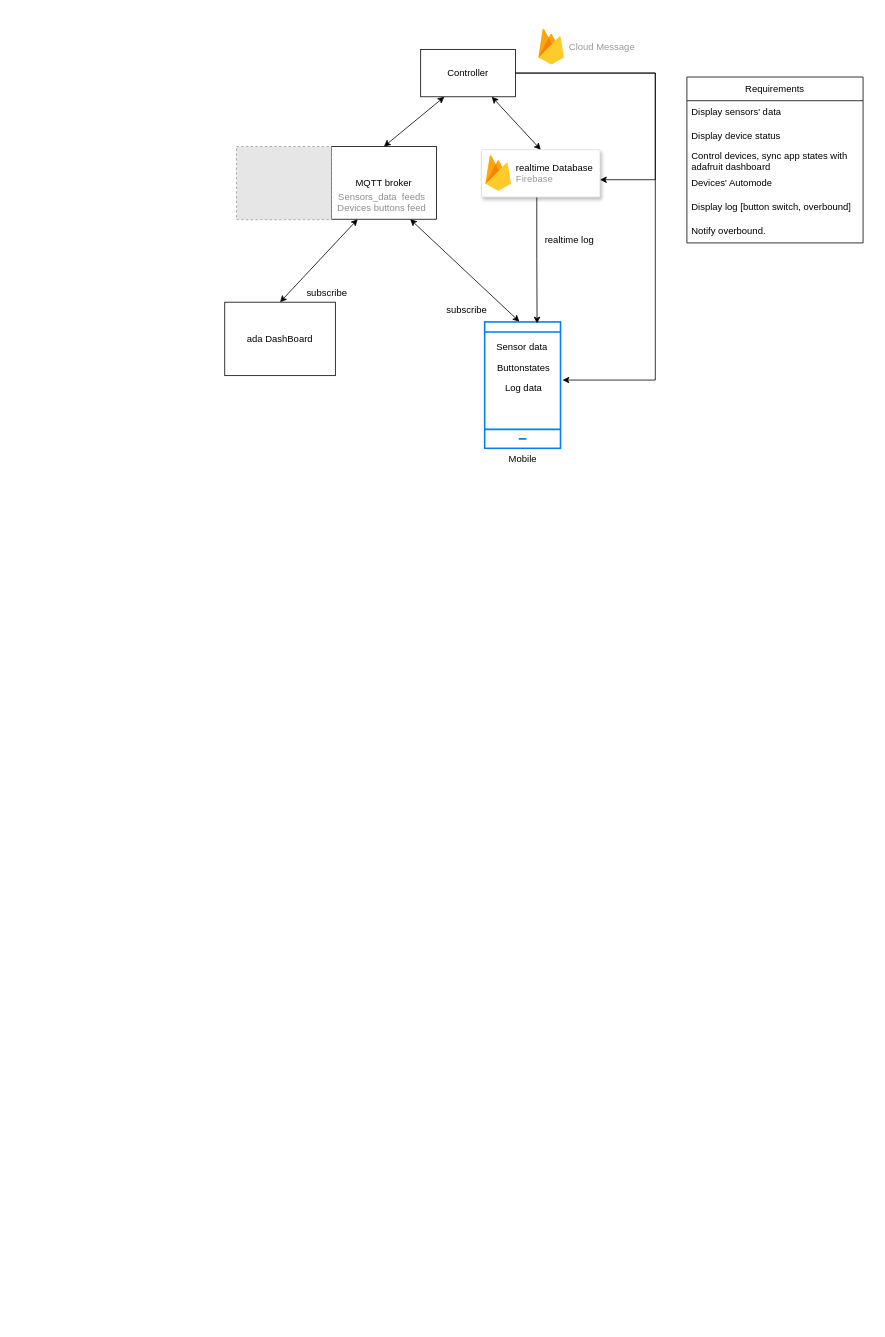
tonible14012002/SmartFarm keeps this draw.io diagram as Untitled Diagram.drawio. Above is the earlier version. Source tidied: cells renumbered, new cells numbered last; positions are measured from the earlier drawing's top-left corner, leaving out a move shared by most shapes. Both pictures are drawn from the tidied source at 79%, with x=0, y=0 at pixel (224, 28). Pictures stored in the file or linked from it are replaced by grey dashed boxes.
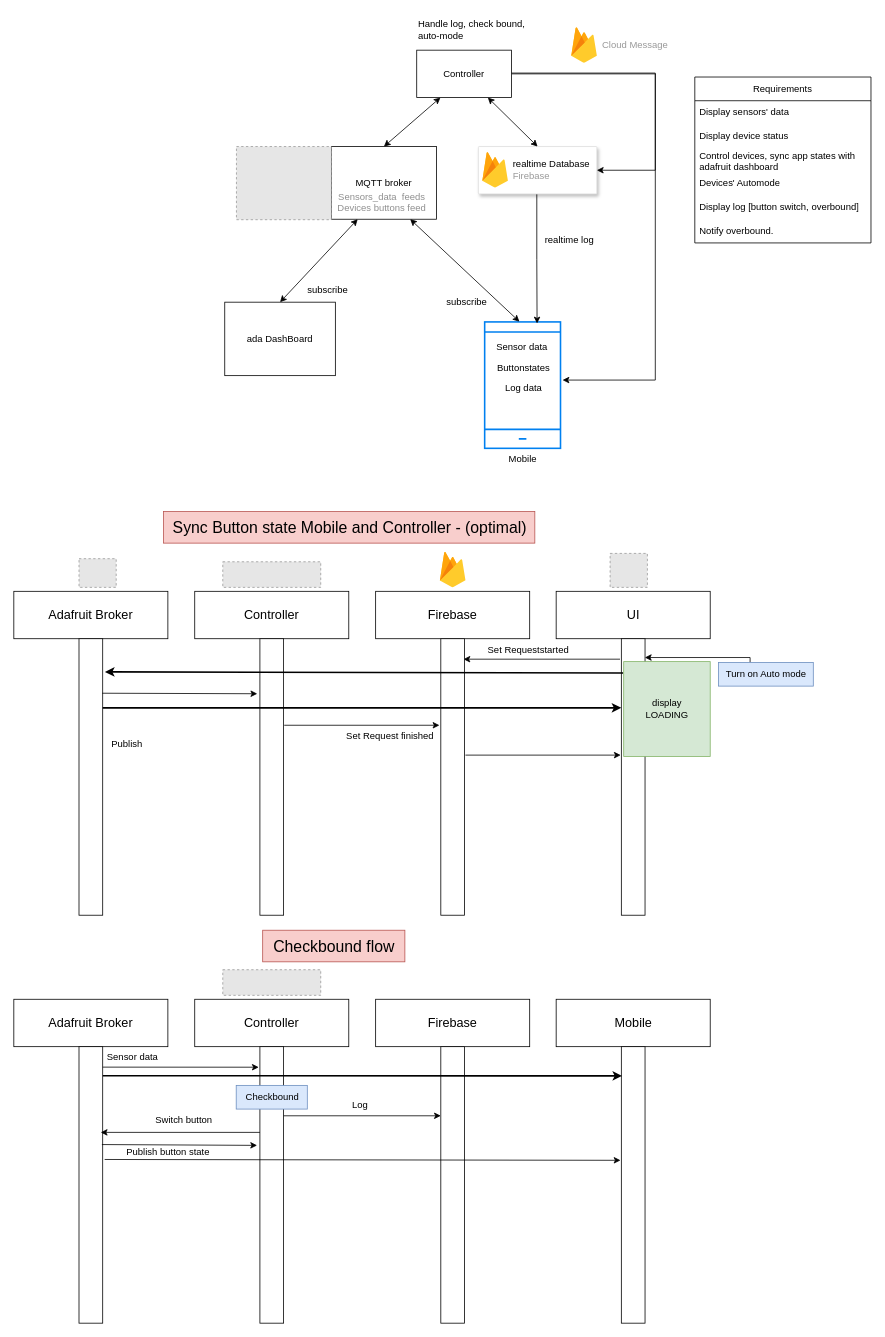
The same diagram, later.

Commit message:
add sync button flow

The edit, as a diff of the source:
```diff
@@
     <mxCell id="8" value="subscribe" style="text;html=1;align=center;verticalAlign=middle;strokeColor=none;fillColor=none;" parent="1" vertex="1">
-      <mxGeometry x="94" y="320" width="70" height="30" as="geometry" />
+      <mxGeometry x="95" y="316" width="70" height="30" as="geometry" />
     </mxCell>
@@
     <mxCell id="11" style="strokeColor=#dddddd;shadow=1;strokeWidth=1;rounded=1;absoluteArcSize=1;arcSize=2;" parent="1" vertex="1">
-      <mxGeometry x="325" y="153" width="150" height="60" as="geometry" />
+      <mxGeometry x="321" y="149" width="150" height="60" as="geometry" />
     </mxCell>
@@
     <mxCell id="13" value="Requirements" style="swimlane;fontStyle=0;horizontal=1;startSize=30;whiteSpace=wrap;html=1;" parent="1" vertex="1">
-      <mxGeometry x="585" y="61" width="223" height="210" as="geometry" />
+      <mxGeometry x="595" y="61" width="223" height="210" as="geometry" />
     </mxCell>
@@
+    <mxCell id="32" style="edgeStyle=orthogonalEdgeStyle;rounded=0;jettySize=auto;html=1;exitX=1;exitY=0.5;exitDx=0;exitDy=0;entryX=1;entryY=0.5;entryDx=0;entryDy=0;" parent="1" edge="1" source="23" target="11">
+      <mxGeometry relative="1" as="geometry">
+        <Array as="points">
+          <mxPoint x="545" y="57" />
+          <mxPoint x="545" y="179" />
+        </Array>
+      </mxGeometry>
+    </mxCell>
     <mxCell id="23" value="Controller " style="whiteSpace=wrap;html=1;" parent="1" vertex="1">
-      <mxGeometry x="248" y="26" width="120" height="60" as="geometry" />
+      <mxGeometry x="243" y="27" width="120" height="60" as="geometry" />
     </mxCell>
@@
     <mxCell id="26" value="Cloud Message" style="sketch=0;dashed=0;html=1;fillColor=#5184F3;strokeColor=none;shape=mxgraph.gcp2.firebase;labelPosition=right;verticalLabelPosition=middle;align=left;verticalAlign=middle;spacingLeft=5;fontColor=#999999;fontSize=12;" parent="1" vertex="1">
-      <mxGeometry x="397" width="32.4" height="45" as="geometry" />
+      <mxGeometry x="438.6" y="-2" width="32.4" height="45" as="geometry" />
     </mxCell>
@@
     <mxCell id="30" value="subscribe" style="text;html=1;align=center;verticalAlign=middle;strokeColor=none;fillColor=none;" parent="1" vertex="1">
-      <mxGeometry x="271" y="341" width="70" height="30" as="geometry" />
+      <mxGeometry x="271" y="331" width="70" height="30" as="geometry" />
     </mxCell>
-    <mxCell id="31" style="edgeStyle=orthogonalEdgeStyle;rounded=0;jettySize=auto;html=1;exitX=1;exitY=0.5;exitDx=0;exitDy=0;" parent="1" edge="1" source="23">
-      <mxGeometry relative="1" as="geometry">
-        <mxPoint x="475" y="191" as="targetPoint" />
-        <Array as="points">
-          <mxPoint x="545" y="56" />
-          <mxPoint x="545" y="191" />
-          <mxPoint x="475" y="191" />
-        </Array>
-      </mxGeometry>
-    </mxCell>
+    <mxCell id="33" style="fillColor=#E6E6E6;strokeColor=#999999;dashed=1;verticalLabelPosition=bottom;labelBackgroundColor=default;verticalAlign=top;" parent="1" vertex="1">
+      <mxGeometry x="-2.5" y="674.6" width="124" height="32.4" as="geometry" />
+    </mxCell>
+    <mxCell id="34" value="&lt;font style=&quot;font-size: 16px;&quot;&gt;Controller&lt;/font&gt;" style="rounded=0;whiteSpace=wrap;html=1;" parent="1" vertex="1">
+      <mxGeometry x="-38" y="712" width="195" height="60" as="geometry" />
+    </mxCell>
+    <mxCell id="35" value="&lt;font style=&quot;font-size: 16px;&quot;&gt;Adafruit Broker&lt;/font&gt;" style="rounded=0;whiteSpace=wrap;html=1;" parent="1" vertex="1">
+      <mxGeometry x="-267" y="712" width="195" height="60" as="geometry" />
+    </mxCell>
+    <mxCell id="36" value="&lt;font style=&quot;font-size: 16px;&quot;&gt;Firebase&lt;/font&gt;" style="rounded=0;whiteSpace=wrap;html=1;" parent="1" vertex="1">
+      <mxGeometry x="191" y="712" width="195" height="60" as="geometry" />
+    </mxCell>
+    <mxCell id="37" value="&lt;font style=&quot;font-size: 16px;&quot;&gt;UI&lt;/font&gt;" style="rounded=0;whiteSpace=wrap;html=1;" parent="1" vertex="1">
+      <mxGeometry x="419.5" y="712" width="195" height="60" as="geometry" />
+    </mxCell>
+    <mxCell id="38" style="rounded=0;whiteSpace=wrap;html=1;" parent="1" vertex="1">
+      <mxGeometry x="502" y="772" width="30" height="350" as="geometry" />
+    </mxCell>
+    <mxCell id="39" style="edgeStyle=orthogonalEdgeStyle;rounded=0;jettySize=auto;html=1;entryX=0.992;entryY=0.068;entryDx=0;entryDy=0;entryPerimeter=0;" parent="1" edge="1" source="40" target="38">
+      <mxGeometry relative="1" as="geometry">
+        <Array as="points">
+          <mxPoint x="665" y="796" />
+        </Array>
+      </mxGeometry>
+    </mxCell>
+    <mxCell id="40" value="Turn on Auto mode" style="text;html=1;align=center;verticalAlign=middle;points=[];strokeColor=#6c8ebf;fillColor=#dae8fc;" parent="1" vertex="1">
+      <mxGeometry x="625" y="802" width="120" height="30" as="geometry" />
+    </mxCell>
+    <mxCell id="41" style="rounded=0;whiteSpace=wrap;html=1;" parent="1" vertex="1">
+      <mxGeometry x="-184.5" y="772" width="30" height="350" as="geometry" />
+    </mxCell>
+    <mxCell id="42" style="endArrow=classic;html=1;rounded=0;entryX=-0.111;entryY=0.199;entryDx=0;entryDy=0;entryPerimeter=0;" parent="1" edge="1" target="61">
+      <mxGeometry relative="1" as="geometry">
+        <mxPoint x="-155" y="841" as="sourcePoint" />
+      </mxGeometry>
+    </mxCell>
+    <mxCell id="43" value="&lt;div align=&quot;left&quot;&gt;Handle log, check bound, &lt;br&gt;&lt;/div&gt;&lt;div align=&quot;left&quot;&gt;auto-mode&lt;/div&gt;" style="text;html=1;align=left;verticalAlign=middle;strokeColor=none;fillColor=none;" parent="1" vertex="1">
+      <mxGeometry x="243" y="-19" width="150" height="40" as="geometry" />
+    </mxCell>
+    <mxCell id="44" value="Publish" style="text;html=1;align=center;verticalAlign=middle;strokeColor=none;fillColor=none;" parent="1" vertex="1">
+      <mxGeometry x="-154.5" y="891" width="60" height="30" as="geometry" />
+    </mxCell>
+    <mxCell id="45" style="fillColor=#E6E6E6;strokeColor=#999999;dashed=1;verticalLabelPosition=bottom;labelBackgroundColor=default;verticalAlign=top;" parent="1" vertex="1">
+      <mxGeometry x="-2.5" y="1191" width="124" height="32.4" as="geometry" />
+    </mxCell>
+    <mxCell id="46" value="&lt;font style=&quot;font-size: 16px;&quot;&gt;Controller&lt;/font&gt;" style="rounded=0;whiteSpace=wrap;html=1;" parent="1" vertex="1">
+      <mxGeometry x="-38" y="1228.4" width="195" height="60" as="geometry" />
+    </mxCell>
+    <mxCell id="47" value="&lt;font style=&quot;font-size: 16px;&quot;&gt;Adafruit Broker&lt;/font&gt;" style="rounded=0;whiteSpace=wrap;html=1;" parent="1" vertex="1">
+      <mxGeometry x="-267" y="1228.4" width="195" height="60" as="geometry" />
+    </mxCell>
+    <mxCell id="48" value="&lt;font style=&quot;font-size: 16px;&quot;&gt;Firebase&lt;/font&gt;" style="rounded=0;whiteSpace=wrap;html=1;" parent="1" vertex="1">
+      <mxGeometry x="191" y="1228.4" width="195" height="60" as="geometry" />
+    </mxCell>
+    <mxCell id="49" value="&lt;font style=&quot;font-size: 16px;&quot;&gt;Mobile&lt;/font&gt;" style="rounded=0;whiteSpace=wrap;html=1;" parent="1" vertex="1">
+      <mxGeometry x="419.5" y="1228.4" width="195" height="60" as="geometry" />
+    </mxCell>
+    <mxCell id="50" style="endArrow=classic;html=1;rounded=0;exitX=0.917;exitY=0.074;exitDx=0;exitDy=0;exitPerimeter=0;" parent="1" edge="1" source="52">
+      <mxGeometry relative="1" as="geometry">
+        <mxPoint x="43" y="1314.4" as="targetPoint" />
+      </mxGeometry>
+    </mxCell>
+    <mxCell id="51" style="rounded=0;whiteSpace=wrap;html=1;" parent="1" vertex="1">
+      <mxGeometry x="502" y="1288.4" width="30" height="350" as="geometry" />
+    </mxCell>
+    <mxCell id="52" style="rounded=0;whiteSpace=wrap;html=1;" parent="1" vertex="1">
+      <mxGeometry x="-184.5" y="1288.4" width="30" height="350" as="geometry" />
+    </mxCell>
+    <mxCell id="53" style="rounded=0;whiteSpace=wrap;html=1;" parent="1" vertex="1">
+      <mxGeometry x="44.5" y="1288.4" width="30" height="350" as="geometry" />
+    </mxCell>
+    <mxCell id="54" style="endArrow=classic;html=1;rounded=0;exitX=-0.056;exitY=0.074;exitDx=0;exitDy=0;exitPerimeter=0;entryX=0.956;entryY=0.074;entryDx=0;entryDy=0;entryPerimeter=0;" parent="1" edge="1" source="38" target="55">
+      <mxGeometry relative="1" as="geometry" />
+    </mxCell>
+    <mxCell id="55" style="rounded=0;whiteSpace=wrap;html=1;" parent="1" vertex="1">
+      <mxGeometry x="273.5" y="772" width="30" height="350" as="geometry" />
+    </mxCell>
+    <mxCell id="56" value="Set Requeststarted" style="text;html=1;align=center;verticalAlign=middle;strokeColor=none;fillColor=none;" parent="1" vertex="1">
+      <mxGeometry x="323.5" y="772" width="120" height="30" as="geometry" />
+    </mxCell>
+    <mxCell id="57" value="&lt;font style=&quot;font-size: 20px;&quot;&gt;Sync Button state Mobile and Controller&lt;/font&gt;&lt;font style=&quot;font-size: 20px;&quot;&gt; - (optimal)&lt;/font&gt;" style="text;html=1;align=center;verticalAlign=middle;strokeColor=#b85450;fillColor=#f8cecc;" parent="1" vertex="1">
+      <mxGeometry x="-77.5" y="611" width="470" height="40" as="geometry" />
+    </mxCell>
+    <mxCell id="58" style="fillColor=#E6E6E6;strokeColor=#999999;dashed=1;verticalLabelPosition=bottom;labelBackgroundColor=default;verticalAlign=top;" parent="1" vertex="1">
+      <mxGeometry x="-184.5" y="670.7" width="47.1" height="36.3" as="geometry" />
+    </mxCell>
+    <mxCell id="59" style="sketch=0;dashed=0;html=1;fillColor=#5184F3;strokeColor=none;shape=mxgraph.gcp2.firebase;labelPosition=right;verticalLabelPosition=middle;align=left;verticalAlign=middle;spacingLeft=5;fontColor=#999999;fontSize=12;" parent="1" vertex="1">
+      <mxGeometry x="272.3" y="662" width="32.4" height="45" as="geometry" />
+    </mxCell>
+    <mxCell id="60" style="fillColor=#E6E6E6;strokeColor=#999999;dashed=1;verticalLabelPosition=bottom;labelBackgroundColor=default;verticalAlign=top;" parent="1" vertex="1">
+      <mxGeometry x="487.8" y="664" width="47.2" height="43" as="geometry" />
+    </mxCell>
+    <mxCell id="61" style="rounded=0;whiteSpace=wrap;html=1;" parent="1" vertex="1">
+      <mxGeometry x="44.5" y="772" width="30" height="350" as="geometry" />
+    </mxCell>
+    <mxCell id="62" style="endArrow=classic;html=1;rounded=0;exitX=0.078;exitY=0.124;exitDx=0;exitDy=0;exitPerimeter=0;entryX=1.094;entryY=0.12;entryDx=0;entryDy=0;entryPerimeter=0;strokeWidth=2;" parent="1" edge="1" source="38" target="41">
+      <mxGeometry relative="1" as="geometry" />
+    </mxCell>
+    <mxCell id="63" style="endArrow=classic;html=1;rounded=0;entryX=0;entryY=0.25;entryDx=0;entryDy=0;exitX=1;exitY=0.25;exitDx=0;exitDy=0;strokeWidth=2;" parent="1" edge="1" source="41" target="38">
+      <mxGeometry relative="1" as="geometry" />
+    </mxCell>
+    <mxCell id="64" style="endArrow=classic;html=1;rounded=0;entryX=-0.058;entryY=0.313;entryDx=0;entryDy=0;entryPerimeter=0;exitX=1.026;exitY=0.313;exitDx=0;exitDy=0;exitPerimeter=0;" parent="1" edge="1" source="61" target="55">
+      <mxGeometry relative="1" as="geometry" />
+    </mxCell>
+    <mxCell id="65" value="Set Request finished" style="text;html=1;align=center;verticalAlign=middle;strokeColor=none;fillColor=none;" parent="1" vertex="1">
+      <mxGeometry x="143.5" y="881" width="130" height="30" as="geometry" />
+    </mxCell>
+    <mxCell id="66" style="endArrow=classic;html=1;rounded=0;entryX=-0.027;entryY=0.421;entryDx=0;entryDy=0;entryPerimeter=0;exitX=1.04;exitY=0.421;exitDx=0;exitDy=0;exitPerimeter=0;" parent="1" edge="1" source="55" target="38">
+      <mxGeometry relative="1" as="geometry" />
+    </mxCell>
+    <mxCell id="67" value="&lt;div&gt;display&lt;/div&gt;&lt;div&gt;LOADING &lt;/div&gt;" style="rounded=0;whiteSpace=wrap;html=1;fillColor=#d5e8d4;strokeColor=#82b366;" parent="1" vertex="1">
+      <mxGeometry x="505" y="801" width="109.5" height="120" as="geometry" />
+    </mxCell>
+    <mxCell id="68" value="Sensor data" style="text;html=1;align=center;verticalAlign=middle;strokeColor=none;fillColor=none;" parent="1" vertex="1">
+      <mxGeometry x="-162" y="1287.4" width="90" height="30" as="geometry" />
+    </mxCell>
+    <mxCell id="69" style="endArrow=classic;html=1;rounded=0;exitX=1;exitY=0.25;exitDx=0;exitDy=0;entryX=0;entryY=0.25;entryDx=0;entryDy=0;" parent="1" edge="1" source="53" target="70">
+      <mxGeometry relative="1" as="geometry" />
+    </mxCell>
+    <mxCell id="70" style="rounded=0;whiteSpace=wrap;html=1;" parent="1" vertex="1">
+      <mxGeometry x="273.5" y="1288.4" width="30" height="350" as="geometry" />
+    </mxCell>
+    <mxCell id="71" style="endArrow=classic;html=1;rounded=0;exitX=1.006;exitY=0.105;exitDx=0;exitDy=0;exitPerimeter=0;strokeWidth=2;" parent="1" edge="1" source="52">
+      <mxGeometry relative="1" as="geometry">
+        <mxPoint x="503" y="1325.4" as="targetPoint" />
+      </mxGeometry>
+    </mxCell>
+    <mxCell id="72" value="Checkbound" style="text;html=1;align=center;verticalAlign=middle;strokeColor=#6c8ebf;fillColor=#dae8fc;" parent="1" vertex="1">
+      <mxGeometry x="14.5" y="1337.4" width="90" height="30" as="geometry" />
+    </mxCell>
+    <mxCell id="73" value="Log" style="text;html=1;align=center;verticalAlign=middle;strokeColor=none;fillColor=none;" parent="1" vertex="1">
+      <mxGeometry x="151" y="1348.4" width="40" height="30" as="geometry" />
+    </mxCell>
+    <mxCell id="74" style="endArrow=classic;html=1;rounded=0;exitX=-0.001;exitY=0.31;exitDx=0;exitDy=0;exitPerimeter=0;entryX=0.917;entryY=0.31;entryDx=0;entryDy=0;entryPerimeter=0;" parent="1" edge="1" source="53" target="52">
+      <mxGeometry relative="1" as="geometry" />
+    </mxCell>
+    <mxCell id="75" value="Switch button" style="text;html=1;align=center;verticalAlign=middle;strokeColor=none;fillColor=none;" parent="1" vertex="1">
+      <mxGeometry x="-97" y="1367.4" width="90" height="30" as="geometry" />
+    </mxCell>
+    <mxCell id="76" style="endArrow=classic;html=1;rounded=0;exitX=0.966;exitY=0.354;exitDx=0;exitDy=0;exitPerimeter=0;entryX=-0.119;entryY=0.357;entryDx=0;entryDy=0;entryPerimeter=0;" parent="1" edge="1" source="52" target="53">
+      <mxGeometry relative="1" as="geometry" />
+    </mxCell>
+    <mxCell id="77" value="Publish button state" style="text;html=1;align=center;verticalAlign=middle;strokeColor=none;fillColor=none;" parent="1" vertex="1">
+      <mxGeometry x="-137" y="1407.4" width="130" height="30" as="geometry" />
+    </mxCell>
+    <mxCell id="78" style="endArrow=classic;html=1;rounded=0;exitX=1.083;exitY=0.408;exitDx=0;exitDy=0;exitPerimeter=0;entryX=-0.035;entryY=0.411;entryDx=0;entryDy=0;entryPerimeter=0;" parent="1" edge="1" source="52" target="51">
+      <mxGeometry relative="1" as="geometry" />
+    </mxCell>
+    <mxCell id="79" value="&lt;font style=&quot;font-size: 20px;&quot;&gt;Checkbound flow&lt;br&gt;&lt;/font&gt;" style="text;html=1;align=center;verticalAlign=middle;strokeColor=#b85450;fillColor=#f8cecc;" parent="1" vertex="1">
+      <mxGeometry x="48" y="1141" width="180" height="40" as="geometry" />
+    </mxCell>
```
